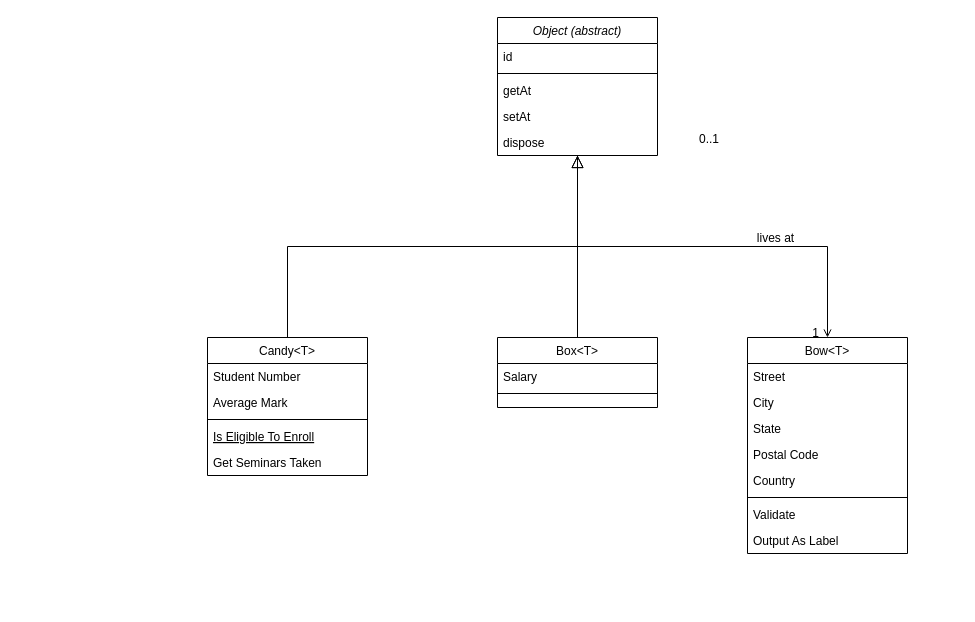
Before: GiftsClass.drawio in Pib0di/diagramms, a draw.io diagram. Source tidied: cells renumbered, new cells numbered last; positions are measured from the earlier drawing's top-left corner, leaving out a move shared by most shapes. Both pictures are drawn from the tidied source at 100%, with x=0, y=0 at pixel (207, 17).
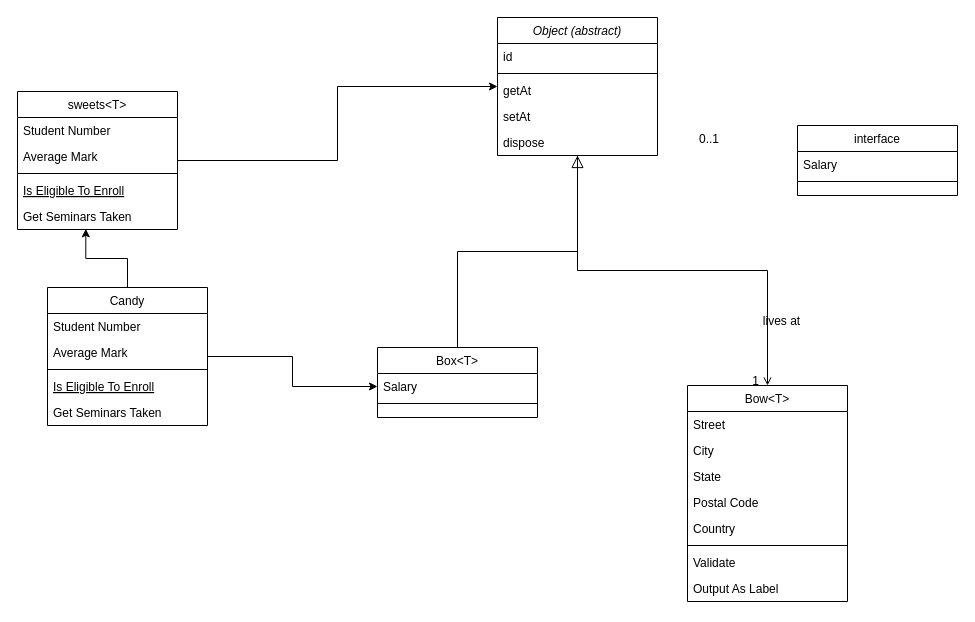
After the change.

Unchanged cells that the change refers to:
```xml
<mxCell id="2" value="Object (abstract)" style="swimlane;fontStyle=2;align=center;verticalAlign=top;horizontal=1;startSize=26;rounded=0;shadow=0;strokeWidth=1;" parent="1" vertex="1">
  <mxGeometry x="290" width="160" height="138" as="geometry" />
</mxCell>
<mxCell id="16" value="Salary" style="text;align=left;verticalAlign=top;spacingLeft=4;spacingRight=4;overflow=hidden;points=[[0,0.5],[1,0.5]];portConstraint=eastwest;" parent="15" vertex="1">
  <mxGeometry y="26" width="160" height="26" as="geometry" />
</mxCell>
```

Diff of the diagram source:
```diff
@@
+    <mxCell id="32" style="edgeStyle=orthogonalEdgeStyle;rounded=0;jettySize=auto;html=1;entryX=0.427;entryY=0.974;entryDx=0;entryDy=0;entryPerimeter=0;" parent="1" edge="1" source="8" target="40">
+      <mxGeometry relative="1" as="geometry" />
+    </mxCell>
+    <mxCell id="33" style="edgeStyle=orthogonalEdgeStyle;rounded=0;jettySize=auto;html=1;entryX=0;entryY=0.5;entryDx=0;entryDy=0;" parent="1" edge="1" source="8" target="16">
+      <mxGeometry relative="1" as="geometry" />
+    </mxCell>
-    <mxCell id="8" value="Candy&lt;T&gt;" style="swimlane;fontStyle=0;align=center;verticalAlign=top;horizontal=1;startSize=26;rounded=0;shadow=0;strokeWidth=1;" parent="1" vertex="1">
-      <mxGeometry y="320" width="160" height="138" as="geometry" />
+    <mxCell id="8" value="Candy" style="swimlane;fontStyle=0;align=center;verticalAlign=top;horizontal=1;startSize=26;rounded=0;shadow=0;strokeWidth=1;" parent="1" vertex="1">
+      <mxGeometry x="-160" y="270" width="160" height="138" as="geometry" />
     </mxCell>
@@
-    <mxCell id="14" style="endArrow=block;endSize=10;endFill=0;shadow=0;strokeWidth=1;rounded=0;edgeStyle=elbowEdgeStyle;elbow=vertical;" parent="1" edge="1" source="8" target="2">
-      <mxGeometry relative="1" as="geometry" />
-    </mxCell>
     <mxCell id="15" value="Box&lt;T&gt;" style="swimlane;fontStyle=0;align=center;verticalAlign=top;horizontal=1;startSize=26;rounded=0;shadow=0;strokeWidth=1;" parent="1" vertex="1">
-      <mxGeometry x="290" y="320" width="160" height="70" as="geometry" />
+      <mxGeometry x="170" y="330" width="160" height="70" as="geometry" />
     </mxCell>
@@
     <mxCell id="19" value="Bow&lt;T&gt;" style="swimlane;fontStyle=0;align=center;verticalAlign=top;horizontal=1;startSize=26;rounded=0;shadow=0;strokeWidth=1;" parent="1" vertex="1">
-      <mxGeometry x="540" y="320" width="160" height="216" as="geometry" />
+      <mxGeometry x="480" y="368" width="160" height="216" as="geometry" />
     </mxCell>
@@
+    <mxCell id="34" style="edgeStyle=orthogonalEdgeStyle;rounded=0;jettySize=auto;html=1;" parent="1" edge="1" source="35" target="2">
+      <mxGeometry relative="1" as="geometry" />
+    </mxCell>
+    <mxCell id="35" value="sweets&lt;T&gt;" style="swimlane;fontStyle=0;align=center;verticalAlign=top;horizontal=1;startSize=26;rounded=0;shadow=0;strokeWidth=1;" parent="1" vertex="1">
+      <mxGeometry x="-190" y="74" width="160" height="138" as="geometry" />
+    </mxCell>
+    <mxCell id="36" value="Student Number" style="text;align=left;verticalAlign=top;spacingLeft=4;spacingRight=4;overflow=hidden;" parent="35" vertex="1">
+      <mxGeometry y="26" width="160" height="26" as="geometry" />
+    </mxCell>
+    <mxCell id="37" value="Average Mark" style="text;align=left;verticalAlign=top;spacingLeft=4;spacingRight=4;overflow=hidden;rounded=0;shadow=0;html=0;" parent="35" vertex="1">
+      <mxGeometry y="52" width="160" height="26" as="geometry" />
+    </mxCell>
+    <mxCell id="38" style="line;html=1;strokeWidth=1;align=left;verticalAlign=middle;spacingTop=-1;spacingLeft=3;spacingRight=3;labelPosition=right;" parent="35" vertex="1">
+      <mxGeometry y="78" width="160" height="8" as="geometry" />
+    </mxCell>
+    <mxCell id="39" value="Is Eligible To Enroll" style="text;align=left;verticalAlign=top;spacingLeft=4;spacingRight=4;overflow=hidden;fontStyle=4;" parent="35" vertex="1">
+      <mxGeometry y="86" width="160" height="26" as="geometry" />
+    </mxCell>
+    <mxCell id="40" value="Get Seminars Taken" style="text;align=left;verticalAlign=top;spacingLeft=4;spacingRight=4;overflow=hidden;points=[[0,0.5],[1,0.5]];portConstraint=eastwest;" parent="35" vertex="1">
+      <mxGeometry y="112" width="160" height="26" as="geometry" />
+    </mxCell>
+    <mxCell id="41" value="interface" style="swimlane;fontStyle=0;align=center;verticalAlign=top;horizontal=1;startSize=26;rounded=0;shadow=0;strokeWidth=1;" parent="1" vertex="1">
+      <mxGeometry x="590" y="108" width="160" height="70" as="geometry" />
+    </mxCell>
+    <mxCell id="42" value="Salary" style="text;align=left;verticalAlign=top;spacingLeft=4;spacingRight=4;overflow=hidden;" parent="41" vertex="1">
+      <mxGeometry y="26" width="160" height="26" as="geometry" />
+    </mxCell>
+    <mxCell id="43" style="line;html=1;strokeWidth=1;align=left;verticalAlign=middle;spacingTop=-1;spacingLeft=3;spacingRight=3;labelPosition=right;" parent="41" vertex="1">
+      <mxGeometry y="52" width="160" height="8" as="geometry" />
+    </mxCell>
```
